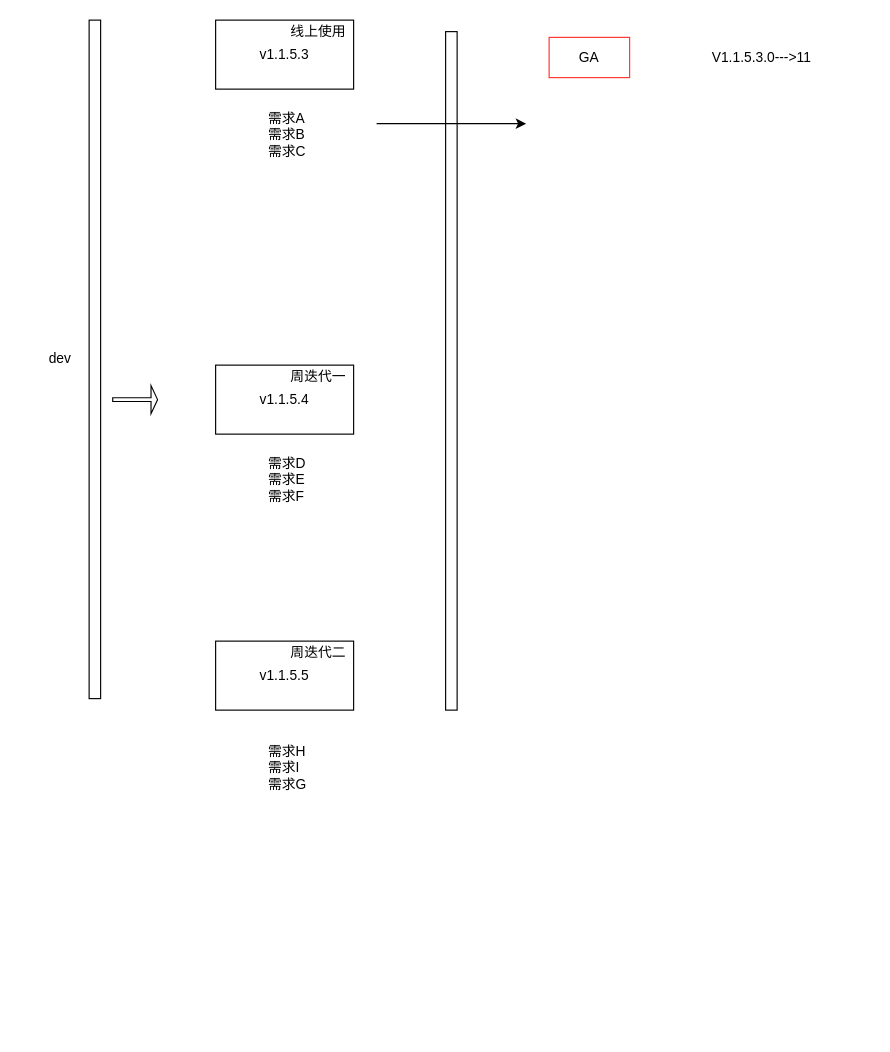
Before: DML变更.drawio in Snuger/draw, a draw.io diagram. Source tidied: cells renumbered, new cells numbered last; positions are measured from the earlier drawing's top-left corner, leaving out a move shared by most shapes. Both pictures are drawn from the tidied source at 115%, with x=0, y=0 at pixel (31, 20).
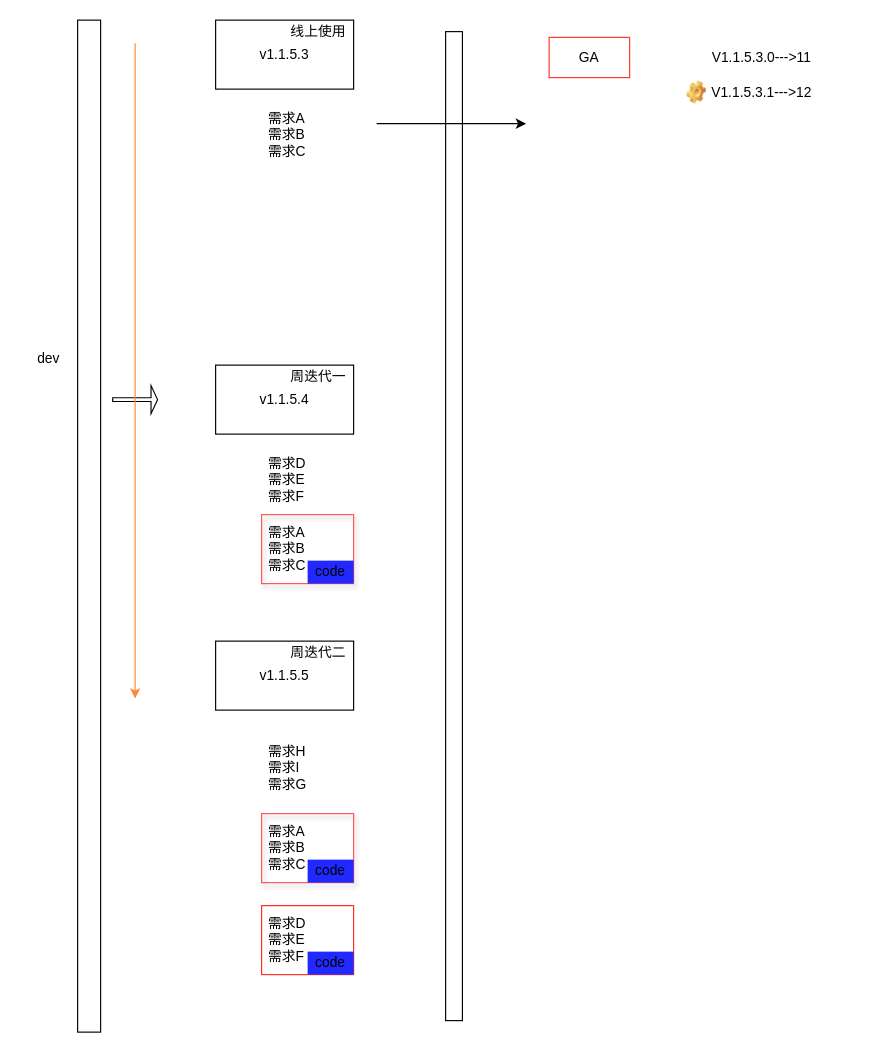
After the change.

What changed in the source:
```diff
@@
     <mxCell id="2" style="rounded=0;whiteSpace=wrap;html=1;" parent="1" vertex="1">
-      <mxGeometry x="50" width="10" height="590" as="geometry" />
+      <mxGeometry x="40" width="20" height="880" as="geometry" />
     </mxCell>
     <mxCell id="3" value="dev" style="text;html=1;align=center;verticalAlign=middle;whiteSpace=wrap;rounded=0;" parent="1" vertex="1">
-      <mxGeometry y="280" width="50" height="30" as="geometry" />
+      <mxGeometry x="-10" y="280" width="50" height="30" as="geometry" />
     </mxCell>
@@
     <mxCell id="11" style="rounded=0;whiteSpace=wrap;html=1;" parent="1" vertex="1">
-      <mxGeometry x="360" y="10" width="10" height="590" as="geometry" />
+      <mxGeometry x="360" y="10" width="14.6" height="860" as="geometry" />
     </mxCell>
@@
+    <mxCell id="18" value="需求A&lt;div&gt;需求B&lt;/div&gt;&lt;div&gt;需求C&lt;/div&gt;" style="text;strokeColor=#FF5252;fillColor=none;align=left;verticalAlign=middle;spacingLeft=4;spacingRight=4;overflow=hidden;whiteSpace=wrap;html=1;shadow=1;" parent="1" vertex="1">
+      <mxGeometry x="200" y="430" width="80" height="60" as="geometry" />
+    </mxCell>
+    <mxCell id="19" style="endArrow=classic;html=1;rounded=0;fillColor=#FF4530;strokeColor=#FF8838;" parent="1" edge="1">
+      <mxGeometry relative="1" as="geometry">
+        <mxPoint x="90" y="20" as="sourcePoint" />
+        <mxPoint x="90" y="590" as="targetPoint" />
+      </mxGeometry>
+    </mxCell>
+    <mxCell id="20" value="需求A&lt;div&gt;需求B&lt;/div&gt;&lt;div&gt;需求C&lt;/div&gt;" style="text;strokeColor=#FF5252;fillColor=none;align=left;verticalAlign=middle;spacingLeft=4;spacingRight=4;overflow=hidden;whiteSpace=wrap;html=1;shadow=1;" parent="1" vertex="1">
+      <mxGeometry x="200" y="690" width="80" height="60" as="geometry" />
+    </mxCell>
+    <mxCell id="21" value="需求D&lt;div&gt;需求E&lt;/div&gt;&lt;div&gt;需求F&lt;/div&gt;" style="text;strokeColor=#FF261F;fillColor=none;align=left;verticalAlign=middle;spacingLeft=4;spacingRight=4;overflow=hidden;whiteSpace=wrap;html=1;" parent="1" vertex="1">
+      <mxGeometry x="200" y="770" width="80" height="60" as="geometry" />
+    </mxCell>
+    <mxCell id="22" value="code" style="text;html=1;align=center;verticalAlign=middle;whiteSpace=wrap;rounded=0;fillColor=#2129FF;color=#000;" parent="1" vertex="1">
+      <mxGeometry x="240" y="470" width="40" height="20" as="geometry" />
+    </mxCell>
+    <mxCell id="23" value="code" style="text;html=1;align=center;verticalAlign=middle;whiteSpace=wrap;rounded=0;fillColor=#2129FF;color=#000;" parent="1" vertex="1">
+      <mxGeometry x="240" y="730" width="40" height="20" as="geometry" />
+    </mxCell>
+    <mxCell id="24" value="code" style="text;html=1;align=center;verticalAlign=middle;whiteSpace=wrap;rounded=0;fillColor=#2129FF;color=#000;" parent="1" vertex="1">
+      <mxGeometry x="240" y="810" width="40" height="20" as="geometry" />
+    </mxCell>
+    <mxCell id="25" value="V1.1.5.3.1---&amp;gt;12" style="text;html=1;align=center;verticalAlign=middle;whiteSpace=wrap;rounded=0;" parent="1" vertex="1">
+      <mxGeometry x="540" y="48" width="190" height="30" as="geometry" />
+    </mxCell>
+    <mxCell id="26" style="shape=image;html=1;verticalLabelPosition=bottom;verticalAlign=top;imageAspect=0;image=img/clipart/Gear_128x128.png;" parent="1" vertex="1">
+      <mxGeometry x="570" y="53" width="16.7" height="20" as="geometry" />
+    </mxCell>
```
